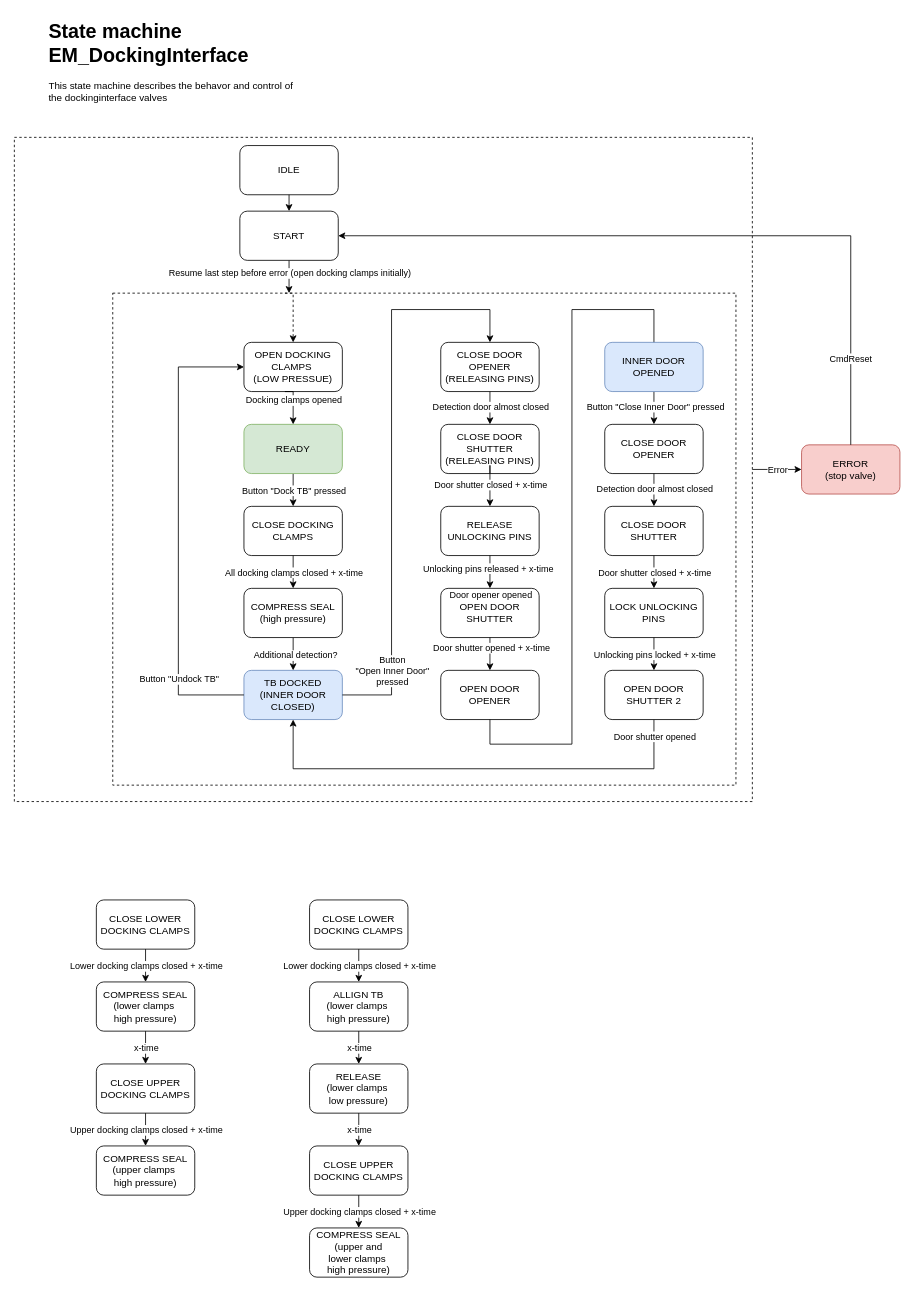
KMWE/KMWE_CleanroomConnect keeps this draw.io diagram as page "EM_DockingInterface" (7 of 10) of Documentation/StateMachine and Sequence Diagrams.drawio. Above is the earlier version. Source tidied: cells renumbered, new cells numbered last; positions are measured from the earlier drawing's top-left corner, leaving out a move shared by most shapes. Both pictures are drawn from the tidied source at 82%, with x=0, y=0 at pixel (14, 14).
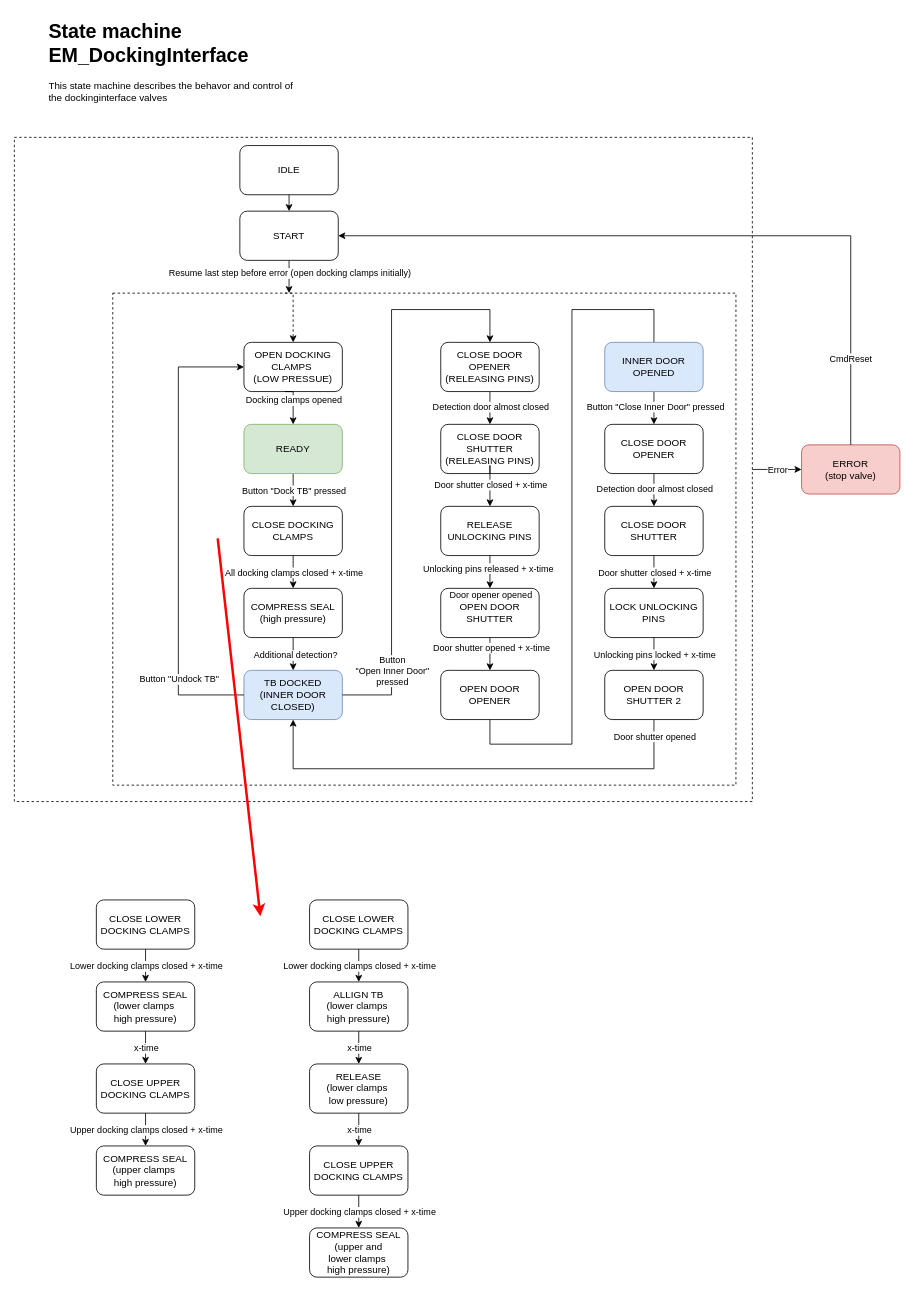
After the change.

Commit message (it also covers changes not shown here):
PLC sim / test / updates sequencer docking interface + mode control

Change to the diagram source:
```diff
@@
+    <mxCell id="86" style="endArrow=classic;html=1;rounded=0;strokeColor=light-dark(#ff0000, #ededed);strokeWidth=3;" parent="1" edge="1">
+      <mxGeometry relative="1" as="geometry">
+        <mxPoint x="248" y="639" as="sourcePoint" />
+        <mxPoint x="300" y="1100" as="targetPoint" />
+      </mxGeometry>
+    </mxCell>
```
